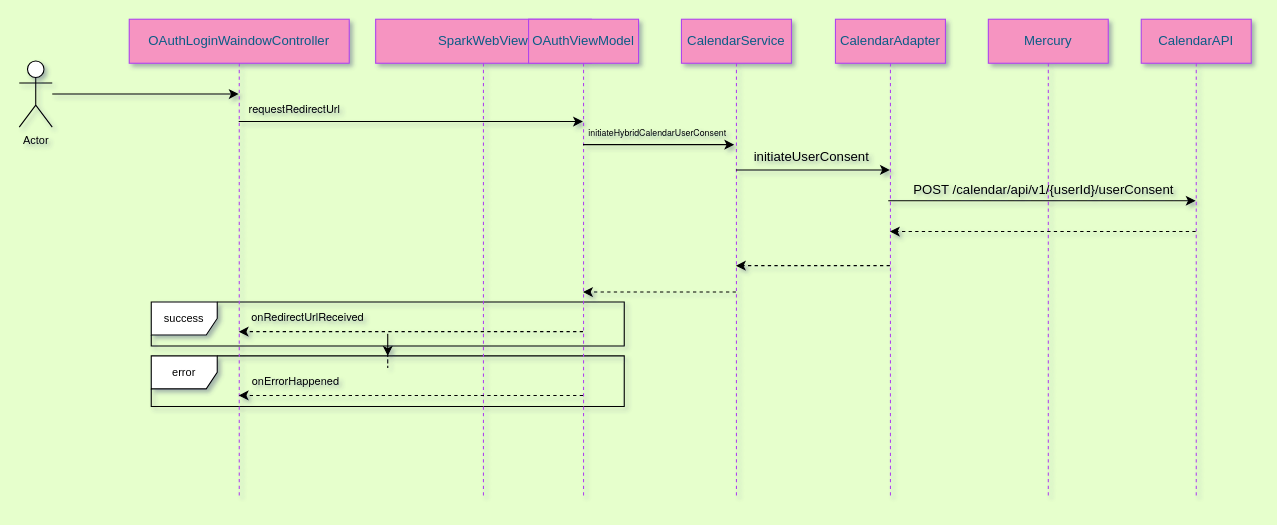
jiankang/HelloWorld keeps this draw.io diagram as Untitled Diagram.drawio. Above is the earlier version. Source tidied: cells renumbered, new cells numbered last; positions are measured from the earlier drawing's top-left corner, leaving out a move shared by most shapes. Both pictures are drawn from the tidied source at 110%, with x=0, y=0 at pixel (19, 19).
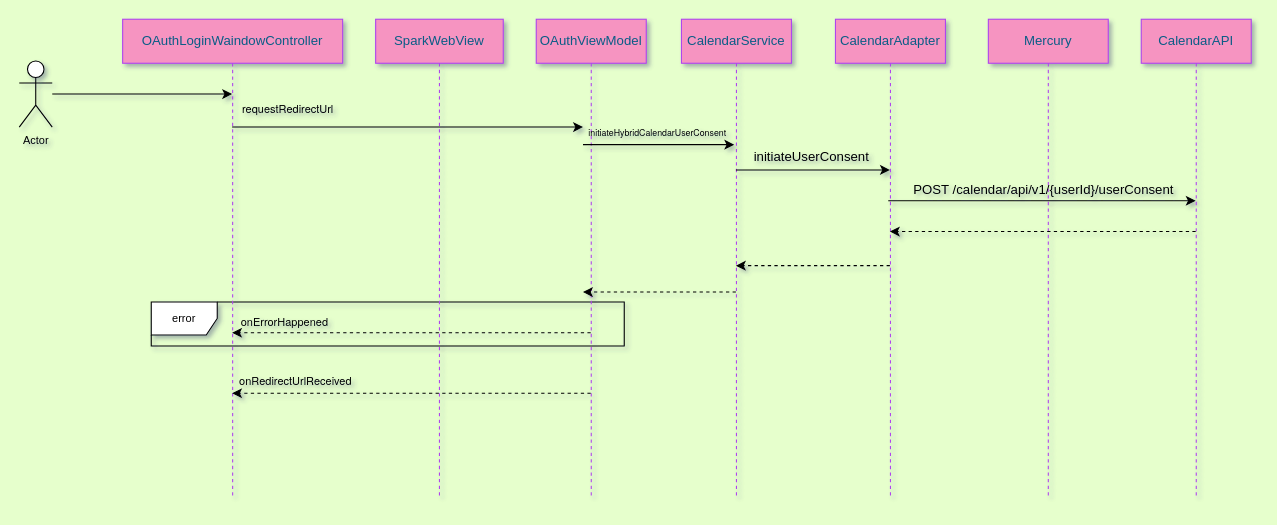
The same diagram, later.

The change refers to these unchanged cells:
```xml
<mxCell id="19" value="Actor" style="shape=umlActor;verticalLabelPosition=bottom;verticalAlign=top;html=1;outlineConnect=0;fontSize=10;" parent="1" vertex="1">
  <mxGeometry y="38" width="30" height="60" as="geometry" />
</mxCell>
```

Change to the diagram source:
```diff
@@
-    <mxCell id="2" value="success" style="shape=umlFrame;whiteSpace=wrap;html=1;fontSize=10;" parent="1" vertex="1">
+    <mxCell id="2" value="error" style="shape=umlFrame;whiteSpace=wrap;html=1;fontSize=10;" parent="1" vertex="1">
       <mxGeometry x="120" y="257" width="430" height="40" as="geometry" />
     </mxCell>
-    <mxCell id="3" value="error" style="shape=umlFrame;whiteSpace=wrap;html=1;fontSize=10;" parent="1" vertex="1">
-      <mxGeometry x="120" y="306" width="430" height="46" as="geometry" />
-    </mxCell>
     <mxCell id="4" value="OAuthLoginWaindowController" style="shape=umlLifeline;perimeter=lifelinePerimeter;whiteSpace=wrap;html=1;outlineConnect=0;rounded=0;fontColor=#095C86;strokeColor=#AF45ED;fillColor=#F694C1;" parent="1" vertex="1">
-      <mxGeometry x="100" width="200" height="436" as="geometry" />
+      <mxGeometry x="94" width="200" height="436" as="geometry" />
     </mxCell>
@@
     <mxCell id="6" value="SparkWebView" style="shape=umlLifeline;perimeter=lifelinePerimeter;whiteSpace=wrap;html=1;rounded=0;fontColor=#095C86;strokeColor=#AF45ED;fillColor=#F694C1;" parent="1" vertex="1">
-      <mxGeometry x="324" width="196" height="436" as="geometry" />
+      <mxGeometry x="324" width="116" height="436" as="geometry" />
     </mxCell>
     <mxCell id="7" value="OAuthViewModel" style="shape=umlLifeline;perimeter=lifelinePerimeter;whiteSpace=wrap;html=1;rounded=0;fontColor=#095C86;strokeColor=#AF45ED;fillColor=#F694C1;" parent="1" vertex="1">
-      <mxGeometry x="463" width="100" height="436" as="geometry" />
+      <mxGeometry x="470" width="100" height="436" as="geometry" />
     </mxCell>
@@
-    <mxCell id="18" style="endArrow=classic;html=1;rounded=0;fontSize=8;" parent="1" edge="1">
+    <mxCell id="18" style="endArrow=classic;html=1;rounded=0;fontSize=8;" parent="1" edge="1" source="4">
       <mxGeometry relative="1" as="geometry">
-        <mxPoint x="199.5" y="93" as="sourcePoint" />
-        <mxPoint x="512.5" y="93" as="targetPoint" />
+        <mxPoint x="512.5" y="98" as="targetPoint" />
       </mxGeometry>
     </mxCell>
@@
-    <mxCell id="20" style="endArrow=classic;html=1;rounded=0;fontSize=10;" parent="1" edge="1" source="19">
-      <mxGeometry relative="1" as="geometry">
-        <mxPoint x="199.5" y="68" as="targetPoint" />
-      </mxGeometry>
+    <mxCell id="20" style="endArrow=classic;html=1;rounded=0;fontSize=10;" parent="1" edge="1" source="19" target="4">
+      <mxGeometry relative="1" as="geometry" />
     </mxCell>
@@
     <mxCell id="24" style="endArrow=classic;html=1;rounded=0;fontSize=10;dashed=1;" parent="1" edge="1">
       <mxGeometry relative="1" as="geometry">
-        <mxPoint x="512.5" y="284" as="sourcePoint" />
-        <mxPoint x="199.5" y="284" as="targetPoint" />
+        <mxPoint x="519.5" y="285" as="sourcePoint" />
+        <mxPoint x="193.5" y="285" as="targetPoint" />
       </mxGeometry>
     </mxCell>
-    <mxCell id="25" value="&lt;p class=&quot;p1&quot; style=&quot;margin: 0px ; font-stretch: normal ; line-height: normal ; font-family: &amp;#34;helvetica neue&amp;#34;&quot;&gt;&lt;font style=&quot;font-size: 10px&quot;&gt;onRedirectUrlReceived&lt;/font&gt;&lt;/p&gt;" style="text;html=1;align=center;verticalAlign=middle;strokeColor=none;fillColor=none;fontSize=10;" parent="1" vertex="1">
-      <mxGeometry x="202" y="260" width="120" height="20" as="geometry" />
+    <mxCell id="25" value="&lt;p class=&quot;p1&quot; style=&quot;margin: 0px ; font-stretch: normal ; line-height: normal ; font-family: &amp;#34;helvetica neue&amp;#34;&quot;&gt;&lt;br&gt;&lt;/p&gt;" style="text;html=1;align=center;verticalAlign=middle;strokeColor=none;fillColor=none;fontSize=10;" parent="1" vertex="1">
+      <mxGeometry x="252" y="260" width="20" height="20" as="geometry" />
     </mxCell>
-    <mxCell id="26" style="edgeStyle=orthogonalEdgeStyle;rounded=0;jettySize=auto;html=1;dashed=1;fontSize=10;" parent="1" edge="1" source="2" target="3">
-      <mxGeometry relative="1" as="geometry" />
-    </mxCell>
     <mxCell id="27" style="endArrow=classic;html=1;rounded=0;fontSize=10;dashed=1;" parent="1" edge="1">
       <mxGeometry relative="1" as="geometry">
-        <mxPoint x="512.5" y="342" as="sourcePoint" />
-        <mxPoint x="199.5" y="342" as="targetPoint" />
+        <mxPoint x="519.5" y="340" as="sourcePoint" />
+        <mxPoint x="193.5" y="340" as="targetPoint" />
       </mxGeometry>
     </mxCell>
-    <mxCell id="28" value="&lt;p class=&quot;p1&quot; style=&quot;margin: 0px ; font-stretch: normal ; line-height: normal ; font-family: &amp;#34;helvetica neue&amp;#34;&quot;&gt;&lt;font style=&quot;font-size: 10px&quot;&gt;onErrorHappened&lt;/font&gt;&lt;/p&gt;" style="text;html=1;align=center;verticalAlign=middle;strokeColor=none;fillColor=none;fontSize=10;" parent="1" vertex="1">
-      <mxGeometry x="201" y="318" width="100" height="20" as="geometry" />
+    <mxCell id="28" value="&lt;p class=&quot;p1&quot; style=&quot;margin: 0px ; font-stretch: normal ; line-height: normal ; font-family: &amp;#34;helvetica neue&amp;#34;&quot;&gt;onRedirectUrlReceived&lt;br&gt;&lt;/p&gt;" style="text;html=1;align=center;verticalAlign=middle;strokeColor=none;fillColor=none;fontSize=10;" parent="1" vertex="1">
+      <mxGeometry x="191" y="318" width="120" height="20" as="geometry" />
     </mxCell>
+    <mxCell id="29" value="&lt;p class=&quot;p1&quot; style=&quot;margin: 0px ; font-stretch: normal ; line-height: normal ; font-family: &amp;#34;helvetica neue&amp;#34;&quot;&gt;onErrorHappened&lt;br&gt;&lt;/p&gt;" style="text;html=1;align=center;verticalAlign=middle;strokeColor=none;fillColor=none;fontSize=10;" parent="1" vertex="1">
+      <mxGeometry x="191" y="264" width="100" height="20" as="geometry" />
+    </mxCell>
```
